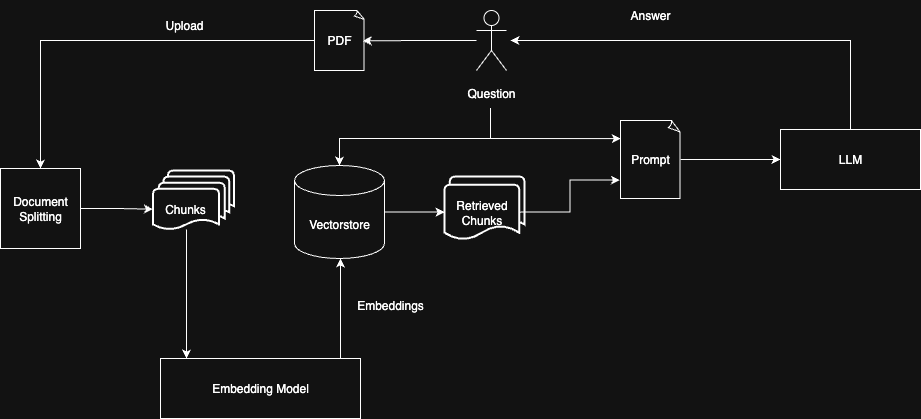
Above: doc/images/doc-chat-rag.png in patrickamsler/doc-chat (draw.io), before the change. Source tidied: cells renumbered, new cells last; positions are measured from the earlier drawing's top-left corner, leaving out a move shared by most shapes. The source it was exported from:
```xml
<mxGraphModel>
  <root>
    <mxCell id="0" />
    <mxCell id="1" parent="0" />
    <mxCell id="2" style="edgeStyle=orthogonalEdgeStyle;rounded=0;jettySize=auto;html=1;exitX=0;exitY=0.5;exitDx=0;exitDy=0;exitPerimeter=0;entryX=0.5;entryY=0;entryDx=0;entryDy=0;" parent="1" edge="1" source="3" target="9">
      <mxGeometry relative="1" as="geometry">
        <Array as="points">
          <mxPoint x="40" y="40" />
        </Array>
      </mxGeometry>
    </mxCell>
    <mxCell id="3" value="PDF" style="whiteSpace=wrap;html=1;shape=mxgraph.basic.document;" parent="1" vertex="1">
      <mxGeometry x="314" y="10" width="50" height="60" as="geometry" />
    </mxCell>
    <mxCell id="4" style="group;" parent="1" vertex="1">
      <mxGeometry x="153.5" y="170" width="80" height="59" as="geometry" />
    </mxCell>
    <mxCell id="5" style="strokeWidth=2;html=1;shape=mxgraph.flowchart.document2;whiteSpace=wrap;size=0.25;" parent="4" vertex="1">
      <mxGeometry x="13.9" width="66.1" height="40.7" as="geometry" />
    </mxCell>
    <mxCell id="6" style="strokeWidth=2;html=1;shape=mxgraph.flowchart.document2;whiteSpace=wrap;size=0.25;" parent="4" vertex="1">
      <mxGeometry x="9.3" y="6.1" width="66.1" height="40.7" as="geometry" />
    </mxCell>
    <mxCell id="7" style="strokeWidth=2;html=1;shape=mxgraph.flowchart.document2;whiteSpace=wrap;size=0.25;" parent="4" vertex="1">
      <mxGeometry x="4.6" y="12.2" width="66.1" height="40.7" as="geometry" />
    </mxCell>
    <mxCell id="8" value="Chunks" style="strokeWidth=2;html=1;shape=mxgraph.flowchart.document2;whiteSpace=wrap;size=0.25;" parent="4" vertex="1">
      <mxGeometry x="-1" y="18.3" width="66.1" height="40.7" as="geometry" />
    </mxCell>
    <mxCell id="9" value="Document&lt;div&gt;Splitting&lt;/div&gt;" style="whiteSpace=wrap;html=1;" parent="1" vertex="1">
      <mxGeometry y="168" width="80" height="80" as="geometry" />
    </mxCell>
    <mxCell id="10" style="edgeStyle=orthogonalEdgeStyle;rounded=0;jettySize=auto;html=1;exitX=0.75;exitY=0;exitDx=0;exitDy=0;" parent="1" edge="1" source="11">
      <mxGeometry relative="1" as="geometry">
        <mxPoint x="340" y="258" as="targetPoint" />
        <Array as="points">
          <mxPoint x="340" y="358" />
        </Array>
      </mxGeometry>
    </mxCell>
    <mxCell id="11" value="Embedding Model" style="rounded=0;whiteSpace=wrap;html=1;" parent="1" vertex="1">
      <mxGeometry x="160" y="358" width="200" height="60" as="geometry" />
    </mxCell>
    <mxCell id="12" value="Vectorstore" style="shape=cylinder3;whiteSpace=wrap;html=1;boundedLbl=1;backgroundOutline=1;size=15;" parent="1" vertex="1">
      <mxGeometry x="294" y="165" width="90" height="93" as="geometry" />
    </mxCell>
    <mxCell id="13" style="group;" parent="1" vertex="1">
      <mxGeometry x="444" y="176" width="80" height="63" as="geometry" />
    </mxCell>
    <mxCell id="14" style="strokeWidth=2;html=1;shape=mxgraph.flowchart.document2;whiteSpace=wrap;size=0.25;" parent="13" vertex="1">
      <mxGeometry x="5.2" width="74.8" height="54.8" as="geometry" />
    </mxCell>
    <mxCell id="15" value="Retrieved Chunks" style="strokeWidth=2;html=1;shape=mxgraph.flowchart.document2;whiteSpace=wrap;size=0.25;" parent="13" vertex="1">
      <mxGeometry y="8.2" width="74.8" height="54.8" as="geometry" />
    </mxCell>
    <mxCell id="16" style="edgeStyle=orthogonalEdgeStyle;rounded=0;jettySize=auto;html=1;" parent="1" edge="1" source="8">
      <mxGeometry relative="1" as="geometry">
        <mxPoint x="186" y="358" as="targetPoint" />
        <Array as="points">
          <mxPoint x="186" y="358" />
        </Array>
      </mxGeometry>
    </mxCell>
    <mxCell id="17" style="edgeStyle=orthogonalEdgeStyle;rounded=0;jettySize=auto;html=1;exitX=1;exitY=0.5;exitDx=0;exitDy=0;exitPerimeter=0;" parent="1" edge="1" source="18" target="26">
      <mxGeometry relative="1" as="geometry" />
    </mxCell>
    <mxCell id="18" value="Prompt" style="whiteSpace=wrap;html=1;shape=mxgraph.basic.document;" parent="1" vertex="1">
      <mxGeometry x="620" y="120" width="60" height="78" as="geometry" />
    </mxCell>
    <mxCell id="19" style="edgeStyle=orthogonalEdgeStyle;rounded=0;jettySize=auto;html=1;exitX=1;exitY=0.5;exitDx=0;exitDy=0;exitPerimeter=0;entryX=-0.01;entryY=0.764;entryDx=0;entryDy=0;entryPerimeter=0;" parent="1" edge="1" source="15" target="18">
      <mxGeometry relative="1" as="geometry" />
    </mxCell>
    <mxCell id="20" style="shape=umlActor;verticalLabelPosition=bottom;verticalAlign=top;html=1;outlineConnect=0;" parent="1" vertex="1">
      <mxGeometry x="476" y="10" width="30" height="60" as="geometry" />
    </mxCell>
    <mxCell id="21" style="edgeStyle=orthogonalEdgeStyle;rounded=0;jettySize=auto;html=1;entryX=0.5;entryY=0;entryDx=0;entryDy=0;entryPerimeter=0;exitX=0.484;exitY=0.985;exitDx=0;exitDy=0;exitPerimeter=0;" parent="1" edge="1" source="28" target="12">
      <mxGeometry relative="1" as="geometry">
        <Array as="points">
          <mxPoint x="490" y="138" />
          <mxPoint x="339" y="138" />
        </Array>
      </mxGeometry>
    </mxCell>
    <mxCell id="22" style="edgeStyle=orthogonalEdgeStyle;rounded=0;jettySize=auto;html=1;exitX=1;exitY=0.5;exitDx=0;exitDy=0;exitPerimeter=0;entryX=0;entryY=0.5;entryDx=0;entryDy=0;entryPerimeter=0;" parent="1" edge="1" source="12" target="15">
      <mxGeometry relative="1" as="geometry" />
    </mxCell>
    <mxCell id="23" style="edgeStyle=orthogonalEdgeStyle;rounded=0;orthogonalLoop=1;jettySize=auto;html=1;entryX=0.022;entryY=0.232;entryDx=0;entryDy=0;entryPerimeter=0;" parent="1" edge="1">
      <mxGeometry relative="1" as="geometry">
        <mxPoint x="489" y="138" as="sourcePoint" />
        <mxPoint x="620.3" y="138.1" as="targetPoint" />
        <Array as="points">
          <mxPoint x="489" y="138" />
        </Array>
      </mxGeometry>
    </mxCell>
    <mxCell id="24" style="edgeStyle=orthogonalEdgeStyle;rounded=0;jettySize=auto;html=1;exitX=1;exitY=0.5;exitDx=0;exitDy=0;entryX=0;entryY=0.5;entryDx=0;entryDy=0;entryPerimeter=0;" parent="1" edge="1" source="9" target="8">
      <mxGeometry relative="1" as="geometry" />
    </mxCell>
    <mxCell id="25" style="edgeStyle=orthogonalEdgeStyle;rounded=0;jettySize=auto;html=1;exitX=0.5;exitY=0;exitDx=0;exitDy=0;" parent="1" edge="1" source="26">
      <mxGeometry relative="1" as="geometry">
        <mxPoint x="510" y="40" as="targetPoint" />
        <Array as="points">
          <mxPoint x="850" y="40" />
        </Array>
      </mxGeometry>
    </mxCell>
    <mxCell id="26" value="LLM" style="rounded=0;whiteSpace=wrap;html=1;" parent="1" vertex="1">
      <mxGeometry x="780" y="129" width="140" height="60" as="geometry" />
    </mxCell>
    <mxCell id="27" value="Answer" style="text;html=1;align=center;verticalAlign=middle;whiteSpace=wrap;rounded=0;" parent="1" vertex="1">
      <mxGeometry x="620" width="60" height="30" as="geometry" />
    </mxCell>
    <mxCell id="28" value="Question" style="text;html=1;align=center;verticalAlign=middle;whiteSpace=wrap;rounded=0;" parent="1" vertex="1">
      <mxGeometry x="461" y="78" width="60" height="30" as="geometry" />
    </mxCell>
    <mxCell id="29" value="Upload" style="text;html=1;align=center;verticalAlign=middle;whiteSpace=wrap;rounded=0;" parent="1" vertex="1">
      <mxGeometry x="153.5" y="10" width="60" height="30" as="geometry" />
    </mxCell>
    <mxCell id="30" style="edgeStyle=orthogonalEdgeStyle;rounded=0;jettySize=auto;html=1;entryX=0.964;entryY=0.506;entryDx=0;entryDy=0;entryPerimeter=0;" parent="1" edge="1" source="20" target="3">
      <mxGeometry relative="1" as="geometry" />
    </mxCell>
    <mxCell id="31" value="Embeddings" style="text;html=1;align=center;verticalAlign=middle;whiteSpace=wrap;rounded=0;" parent="1" vertex="1">
      <mxGeometry x="360" y="290" width="60" height="30" as="geometry" />
    </mxCell>
  </root>
</mxGraphModel>
```
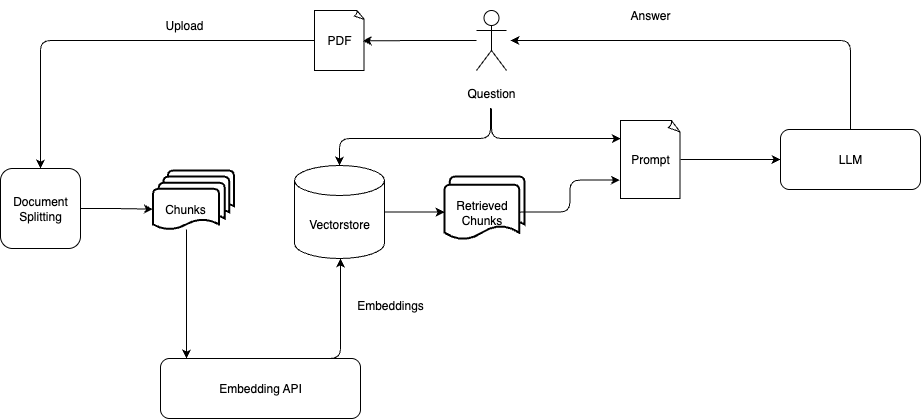
After the commit.

What changed in the source:
```diff
@@ -2,35 +2,35 @@
   <root>
     <mxCell id="0" />
     <mxCell id="1" parent="0" />
-    <mxCell id="2" style="edgeStyle=orthogonalEdgeStyle;rounded=0;jettySize=auto;html=1;exitX=0;exitY=0.5;exitDx=0;exitDy=0;exitPerimeter=0;entryX=0.5;entryY=0;entryDx=0;entryDy=0;" parent="1" edge="1" source="3" target="9">
+    <mxCell id="2" style="edgeStyle=orthogonalEdgeStyle;rounded=1;jettySize=auto;html=1;exitX=0;exitY=0.5;exitDx=0;exitDy=0;exitPerimeter=0;entryX=0.5;entryY=0;entryDx=0;entryDy=0;labelBackgroundColor=none;fontColor=default;" parent="1" edge="1" source="3" target="9">
       <mxGeometry relative="1" as="geometry">
         <Array as="points">
           <mxPoint x="40" y="40" />
         </Array>
       </mxGeometry>
     </mxCell>
-    <mxCell id="3" value="PDF" style="whiteSpace=wrap;html=1;shape=mxgraph.basic.document;" parent="1" vertex="1">
+    <mxCell id="3" value="PDF" style="whiteSpace=wrap;html=1;shape=mxgraph.basic.document;rounded=1;labelBackgroundColor=none;" parent="1" vertex="1">
       <mxGeometry x="314" y="10" width="50" height="60" as="geometry" />
     </mxCell>
-    <mxCell id="4" style="group;" parent="1" vertex="1">
+    <mxCell id="4" style="group;rounded=1;labelBackgroundColor=none;" parent="1" vertex="1">
       <mxGeometry x="153.5" y="170" width="80" height="59" as="geometry" />
     </mxCell>
-    <mxCell id="5" style="strokeWidth=2;html=1;shape=mxgraph.flowchart.document2;whiteSpace=wrap;size=0.25;" parent="4" vertex="1">
+    <mxCell id="5" style="strokeWidth=2;html=1;shape=mxgraph.flowchart.document2;whiteSpace=wrap;size=0.25;rounded=1;labelBackgroundColor=none;" parent="4" vertex="1">
       <mxGeometry x="13.9" width="66.1" height="40.7" as="geometry" />
     </mxCell>
-    <mxCell id="6" style="strokeWidth=2;html=1;shape=mxgraph.flowchart.document2;whiteSpace=wrap;size=0.25;" parent="4" vertex="1">
+    <mxCell id="6" style="strokeWidth=2;html=1;shape=mxgraph.flowchart.document2;whiteSpace=wrap;size=0.25;rounded=1;labelBackgroundColor=none;" parent="4" vertex="1">
       <mxGeometry x="9.3" y="6.1" width="66.1" height="40.7" as="geometry" />
     </mxCell>
-    <mxCell id="7" style="strokeWidth=2;html=1;shape=mxgraph.flowchart.document2;whiteSpace=wrap;size=0.25;" parent="4" vertex="1">
+    <mxCell id="7" style="strokeWidth=2;html=1;shape=mxgraph.flowchart.document2;whiteSpace=wrap;size=0.25;rounded=1;labelBackgroundColor=none;" parent="4" vertex="1">
       <mxGeometry x="4.6" y="12.2" width="66.1" height="40.7" as="geometry" />
     </mxCell>
-    <mxCell id="8" value="Chunks" style="strokeWidth=2;html=1;shape=mxgraph.flowchart.document2;whiteSpace=wrap;size=0.25;" parent="4" vertex="1">
+    <mxCell id="8" value="Chunks" style="strokeWidth=2;html=1;shape=mxgraph.flowchart.document2;whiteSpace=wrap;size=0.25;rounded=1;labelBackgroundColor=none;" parent="4" vertex="1">
       <mxGeometry x="-1" y="18.3" width="66.1" height="40.7" as="geometry" />
     </mxCell>
-    <mxCell id="9" value="Document&lt;div&gt;Splitting&lt;/div&gt;" style="whiteSpace=wrap;html=1;" parent="1" vertex="1">
+    <mxCell id="9" value="Document&lt;div&gt;Splitting&lt;/div&gt;" style="whiteSpace=wrap;html=1;rounded=1;labelBackgroundColor=none;" parent="1" vertex="1">
       <mxGeometry y="168" width="80" height="80" as="geometry" />
     </mxCell>
-    <mxCell id="10" style="edgeStyle=orthogonalEdgeStyle;rounded=0;jettySize=auto;html=1;exitX=0.75;exitY=0;exitDx=0;exitDy=0;" parent="1" edge="1" source="11">
+    <mxCell id="10" style="edgeStyle=orthogonalEdgeStyle;rounded=1;jettySize=auto;html=1;exitX=0.75;exitY=0;exitDx=0;exitDy=0;labelBackgroundColor=none;fontColor=default;" parent="1" edge="1" source="11">
       <mxGeometry relative="1" as="geometry">
         <mxPoint x="340" y="258" as="targetPoint" />
         <Array as="points">
@@ -38,22 +38,22 @@
         </Array>
       </mxGeometry>
     </mxCell>
-    <mxCell id="11" value="Embedding Model" style="rounded=0;whiteSpace=wrap;html=1;" parent="1" vertex="1">
+    <mxCell id="11" value="Embedding API" style="rounded=1;whiteSpace=wrap;html=1;labelBackgroundColor=none;" parent="1" vertex="1">
       <mxGeometry x="160" y="358" width="200" height="60" as="geometry" />
     </mxCell>
-    <mxCell id="12" value="Vectorstore" style="shape=cylinder3;whiteSpace=wrap;html=1;boundedLbl=1;backgroundOutline=1;size=15;" parent="1" vertex="1">
+    <mxCell id="12" value="Vectorstore" style="shape=cylinder3;whiteSpace=wrap;html=1;boundedLbl=1;backgroundOutline=1;size=15;rounded=1;labelBackgroundColor=none;" parent="1" vertex="1">
       <mxGeometry x="294" y="165" width="90" height="93" as="geometry" />
     </mxCell>
-    <mxCell id="13" style="group;" parent="1" vertex="1">
+    <mxCell id="13" style="group;rounded=1;labelBackgroundColor=none;" parent="1" vertex="1">
       <mxGeometry x="444" y="176" width="80" height="63" as="geometry" />
     </mxCell>
-    <mxCell id="14" style="strokeWidth=2;html=1;shape=mxgraph.flowchart.document2;whiteSpace=wrap;size=0.25;" parent="13" vertex="1">
+    <mxCell id="14" style="strokeWidth=2;html=1;shape=mxgraph.flowchart.document2;whiteSpace=wrap;size=0.25;rounded=1;labelBackgroundColor=none;" parent="13" vertex="1">
       <mxGeometry x="5.2" width="74.8" height="54.8" as="geometry" />
     </mxCell>
-    <mxCell id="15" value="Retrieved Chunks" style="strokeWidth=2;html=1;shape=mxgraph.flowchart.document2;whiteSpace=wrap;size=0.25;" parent="13" vertex="1">
+    <mxCell id="15" value="Retrieved Chunks" style="strokeWidth=2;html=1;shape=mxgraph.flowchart.document2;whiteSpace=wrap;size=0.25;rounded=1;labelBackgroundColor=none;" parent="13" vertex="1">
       <mxGeometry y="8.2" width="74.8" height="54.8" as="geometry" />
     </mxCell>
-    <mxCell id="16" style="edgeStyle=orthogonalEdgeStyle;rounded=0;jettySize=auto;html=1;" parent="1" edge="1" source="8">
+    <mxCell id="16" style="edgeStyle=orthogonalEdgeStyle;rounded=1;jettySize=auto;html=1;labelBackgroundColor=none;fontColor=default;" parent="1" edge="1" source="8">
       <mxGeometry relative="1" as="geometry">
         <mxPoint x="186" y="358" as="targetPoint" />
         <Array as="points">
@@ -61,19 +61,19 @@
         </Array>
       </mxGeometry>
     </mxCell>
-    <mxCell id="17" style="edgeStyle=orthogonalEdgeStyle;rounded=0;jettySize=auto;html=1;exitX=1;exitY=0.5;exitDx=0;exitDy=0;exitPerimeter=0;" parent="1" edge="1" source="18" target="26">
+    <mxCell id="17" style="edgeStyle=orthogonalEdgeStyle;rounded=1;jettySize=auto;html=1;exitX=1;exitY=0.5;exitDx=0;exitDy=0;exitPerimeter=0;labelBackgroundColor=none;fontColor=default;" parent="1" edge="1" source="18" target="26">
       <mxGeometry relative="1" as="geometry" />
     </mxCell>
-    <mxCell id="18" value="Prompt" style="whiteSpace=wrap;html=1;shape=mxgraph.basic.document;" parent="1" vertex="1">
+    <mxCell id="18" value="Prompt" style="whiteSpace=wrap;html=1;shape=mxgraph.basic.document;rounded=1;labelBackgroundColor=none;" parent="1" vertex="1">
       <mxGeometry x="620" y="120" width="60" height="78" as="geometry" />
     </mxCell>
-    <mxCell id="19" style="edgeStyle=orthogonalEdgeStyle;rounded=0;jettySize=auto;html=1;exitX=1;exitY=0.5;exitDx=0;exitDy=0;exitPerimeter=0;entryX=-0.01;entryY=0.764;entryDx=0;entryDy=0;entryPerimeter=0;" parent="1" edge="1" source="15" target="18">
+    <mxCell id="19" style="edgeStyle=orthogonalEdgeStyle;rounded=1;jettySize=auto;html=1;exitX=1;exitY=0.5;exitDx=0;exitDy=0;exitPerimeter=0;entryX=-0.01;entryY=0.764;entryDx=0;entryDy=0;entryPerimeter=0;labelBackgroundColor=none;fontColor=default;" parent="1" edge="1" source="15" target="18">
       <mxGeometry relative="1" as="geometry" />
     </mxCell>
-    <mxCell id="20" style="shape=umlActor;verticalLabelPosition=bottom;verticalAlign=top;html=1;outlineConnect=0;" parent="1" vertex="1">
+    <mxCell id="20" style="shape=umlActor;verticalLabelPosition=bottom;verticalAlign=top;html=1;outlineConnect=0;rounded=1;labelBackgroundColor=none;" parent="1" vertex="1">
       <mxGeometry x="476" y="10" width="30" height="60" as="geometry" />
     </mxCell>
-    <mxCell id="21" style="edgeStyle=orthogonalEdgeStyle;rounded=0;jettySize=auto;html=1;entryX=0.5;entryY=0;entryDx=0;entryDy=0;entryPerimeter=0;exitX=0.484;exitY=0.985;exitDx=0;exitDy=0;exitPerimeter=0;" parent="1" edge="1" source="28" target="12">
+    <mxCell id="21" style="edgeStyle=orthogonalEdgeStyle;rounded=1;jettySize=auto;html=1;entryX=0.5;entryY=0;entryDx=0;entryDy=0;entryPerimeter=0;exitX=0.484;exitY=0.985;exitDx=0;exitDy=0;exitPerimeter=0;labelBackgroundColor=none;fontColor=default;" parent="1" edge="1" source="28" target="12">
       <mxGeometry relative="1" as="geometry">
         <Array as="points">
           <mxPoint x="490" y="138" />
@@ -81,22 +81,21 @@
         </Array>
       </mxGeometry>
     </mxCell>
-    <mxCell id="22" style="edgeStyle=orthogonalEdgeStyle;rounded=0;jettySize=auto;html=1;exitX=1;exitY=0.5;exitDx=0;exitDy=0;exitPerimeter=0;entryX=0;entryY=0.5;entryDx=0;entryDy=0;entryPerimeter=0;" parent="1" edge="1" source="12" target="15">
+    <mxCell id="22" style="edgeStyle=orthogonalEdgeStyle;rounded=1;jettySize=auto;html=1;exitX=1;exitY=0.5;exitDx=0;exitDy=0;exitPerimeter=0;entryX=0;entryY=0.5;entryDx=0;entryDy=0;entryPerimeter=0;labelBackgroundColor=none;fontColor=default;" parent="1" edge="1" source="12" target="15">
       <mxGeometry relative="1" as="geometry" />
     </mxCell>
-    <mxCell id="23" style="edgeStyle=orthogonalEdgeStyle;rounded=0;orthogonalLoop=1;jettySize=auto;html=1;entryX=0.022;entryY=0.232;entryDx=0;entryDy=0;entryPerimeter=0;" parent="1" edge="1">
+    <mxCell id="23" style="edgeStyle=orthogonalEdgeStyle;rounded=1;jettySize=auto;html=1;entryX=0.022;entryY=0.232;entryDx=0;entryDy=0;entryPerimeter=0;labelBackgroundColor=none;fontColor=default;exitX=0.5;exitY=1;exitDx=0;exitDy=0;" parent="1" edge="1" source="28">
       <mxGeometry relative="1" as="geometry">
-        <mxPoint x="489" y="138" as="sourcePoint" />
         <mxPoint x="620.3" y="138.1" as="targetPoint" />
         <Array as="points">
-          <mxPoint x="489" y="138" />
+          <mxPoint x="491" y="138" />
         </Array>
       </mxGeometry>
     </mxCell>
-    <mxCell id="24" style="edgeStyle=orthogonalEdgeStyle;rounded=0;jettySize=auto;html=1;exitX=1;exitY=0.5;exitDx=0;exitDy=0;entryX=0;entryY=0.5;entryDx=0;entryDy=0;entryPerimeter=0;" parent="1" edge="1" source="9" target="8">
+    <mxCell id="24" style="edgeStyle=orthogonalEdgeStyle;rounded=1;jettySize=auto;html=1;exitX=1;exitY=0.5;exitDx=0;exitDy=0;entryX=0;entryY=0.5;entryDx=0;entryDy=0;entryPerimeter=0;labelBackgroundColor=none;fontColor=default;" parent="1" edge="1" source="9" target="8">
       <mxGeometry relative="1" as="geometry" />
     </mxCell>
-    <mxCell id="25" style="edgeStyle=orthogonalEdgeStyle;rounded=0;jettySize=auto;html=1;exitX=0.5;exitY=0;exitDx=0;exitDy=0;" parent="1" edge="1" source="26">
+    <mxCell id="25" style="edgeStyle=orthogonalEdgeStyle;rounded=1;jettySize=auto;html=1;exitX=0.5;exitY=0;exitDx=0;exitDy=0;labelBackgroundColor=none;fontColor=default;" parent="1" edge="1" source="26">
       <mxGeometry relative="1" as="geometry">
         <mxPoint x="510" y="40" as="targetPoint" />
         <Array as="points">
@@ -104,22 +103,22 @@
         </Array>
       </mxGeometry>
     </mxCell>
-    <mxCell id="26" value="LLM" style="rounded=0;whiteSpace=wrap;html=1;" parent="1" vertex="1">
+    <mxCell id="26" value="LLM" style="rounded=1;whiteSpace=wrap;html=1;labelBackgroundColor=none;" parent="1" vertex="1">
       <mxGeometry x="780" y="129" width="140" height="60" as="geometry" />
     </mxCell>
-    <mxCell id="27" value="Answer" style="text;html=1;align=center;verticalAlign=middle;whiteSpace=wrap;rounded=0;" parent="1" vertex="1">
+    <mxCell id="27" value="Answer" style="text;html=1;align=center;verticalAlign=middle;whiteSpace=wrap;rounded=1;labelBackgroundColor=none;" parent="1" vertex="1">
       <mxGeometry x="620" width="60" height="30" as="geometry" />
     </mxCell>
-    <mxCell id="28" value="Question" style="text;html=1;align=center;verticalAlign=middle;whiteSpace=wrap;rounded=0;" parent="1" vertex="1">
+    <mxCell id="28" value="Question" style="text;html=1;align=center;verticalAlign=middle;whiteSpace=wrap;rounded=1;labelBackgroundColor=none;" parent="1" vertex="1">
       <mxGeometry x="461" y="78" width="60" height="30" as="geometry" />
     </mxCell>
-    <mxCell id="29" value="Upload" style="text;html=1;align=center;verticalAlign=middle;whiteSpace=wrap;rounded=0;" parent="1" vertex="1">
+    <mxCell id="29" value="Upload" style="text;html=1;align=center;verticalAlign=middle;whiteSpace=wrap;rounded=1;labelBackgroundColor=none;" parent="1" vertex="1">
       <mxGeometry x="153.5" y="10" width="60" height="30" as="geometry" />
     </mxCell>
-    <mxCell id="30" style="edgeStyle=orthogonalEdgeStyle;rounded=0;jettySize=auto;html=1;entryX=0.964;entryY=0.506;entryDx=0;entryDy=0;entryPerimeter=0;" parent="1" edge="1" source="20" target="3">
+    <mxCell id="30" style="edgeStyle=orthogonalEdgeStyle;rounded=1;jettySize=auto;html=1;entryX=0.964;entryY=0.506;entryDx=0;entryDy=0;entryPerimeter=0;labelBackgroundColor=none;fontColor=default;" parent="1" edge="1" source="20" target="3">
       <mxGeometry relative="1" as="geometry" />
     </mxCell>
-    <mxCell id="31" value="Embeddings" style="text;html=1;align=center;verticalAlign=middle;whiteSpace=wrap;rounded=0;" parent="1" vertex="1">
+    <mxCell id="31" value="Embeddings" style="text;html=1;align=center;verticalAlign=middle;whiteSpace=wrap;rounded=1;labelBackgroundColor=none;" parent="1" vertex="1">
       <mxGeometry x="360" y="290" width="60" height="30" as="geometry" />
     </mxCell>
   </root>
```
